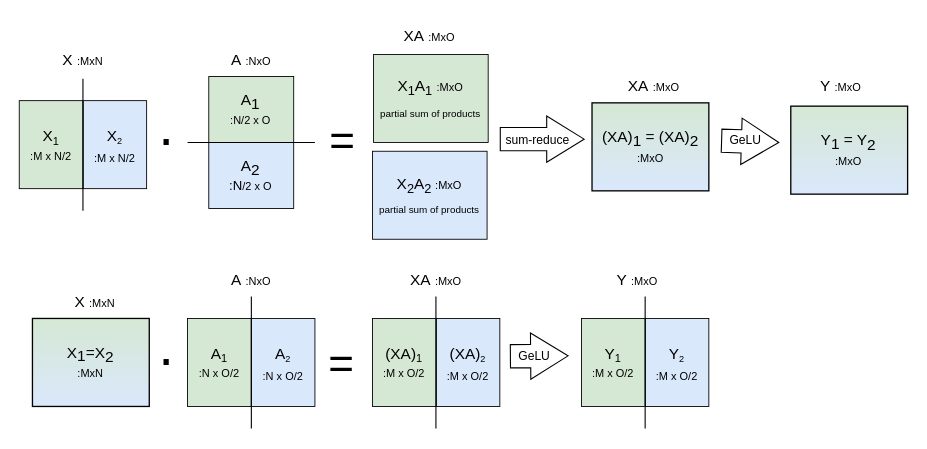
The draw.io diagram assets/publications/megatron_model_parallel.drawio in brunomaga/brunomaga.github.io, before the edit. Source tidied: cells renumbered, new cells numbered last; positions are measured from the earlier drawing's top-left corner, leaving out a move shared by most shapes. Both pictures are drawn from the tidied source at 110%, with x=0, y=0 at pixel (19, 19).
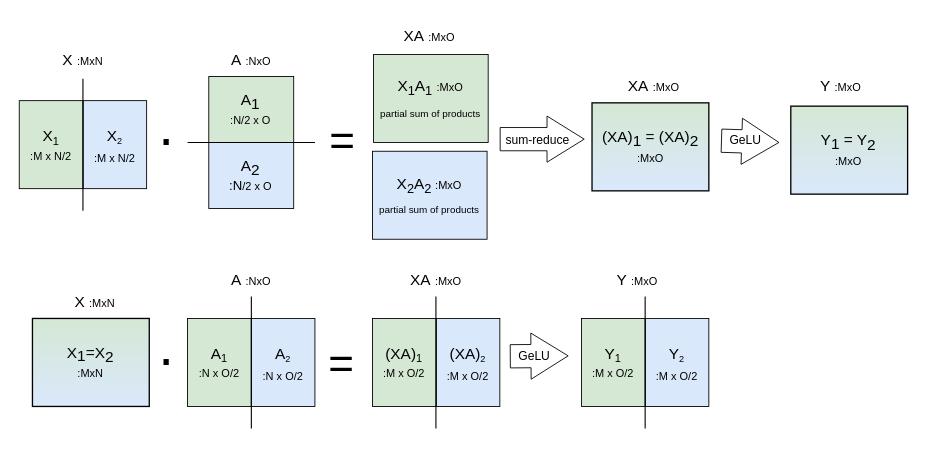
Above is the later version.

What changed in the source:
```diff
@@
-    <mxCell id="12" style="shape=flexArrow;endArrow=classic;html=1;rounded=0;width=21.142857142857142;endSize=11;" parent="1" edge="1">
+    <mxCell id="12" style="shape=flexArrow;endArrow=classic;html=1;rounded=0;width=21.142857142857142;endSize=11;strokeColor=#000000;strokeWidth=0.8;" parent="1" edge="1">
       <mxGeometry relative="1" as="geometry">
         <mxPoint x="436.8" y="109" as="sourcePoint" />
         <mxPoint x="514" y="109" as="targetPoint" />
       </mxGeometry>
     </mxCell>
@@
-    <mxCell id="15" style="shape=flexArrow;endArrow=classic;html=1;rounded=0;width=21.142857142857142;endSize=11;" parent="1" edge="1">
+    <mxCell id="15" style="shape=flexArrow;endArrow=classic;html=1;rounded=0;width=21.142857142857142;endSize=11;strokeColor=#000000;strokeWidth=0.8;" parent="1" edge="1">
       <mxGeometry relative="1" as="geometry">
         <mxPoint x="638" y="110.4" as="sourcePoint" />
         <mxPoint x="691" y="112" as="targetPoint" />
       </mxGeometry>
     </mxCell>
@@
-    <mxCell id="32" style="shape=flexArrow;endArrow=classic;html=1;rounded=0;width=21.142857142857142;endSize=11;" parent="1" edge="1">
+    <mxCell id="32" style="shape=flexArrow;endArrow=classic;html=1;rounded=0;width=21.142857142857142;endSize=11;strokeColor=#000000;strokeWidth=0.8;" parent="1" edge="1">
       <mxGeometry relative="1" as="geometry">
         <mxPoint x="446" y="306.4" as="sourcePoint" />
         <mxPoint x="499.4" y="306" as="targetPoint" />
       </mxGeometry>
     </mxCell>
```
